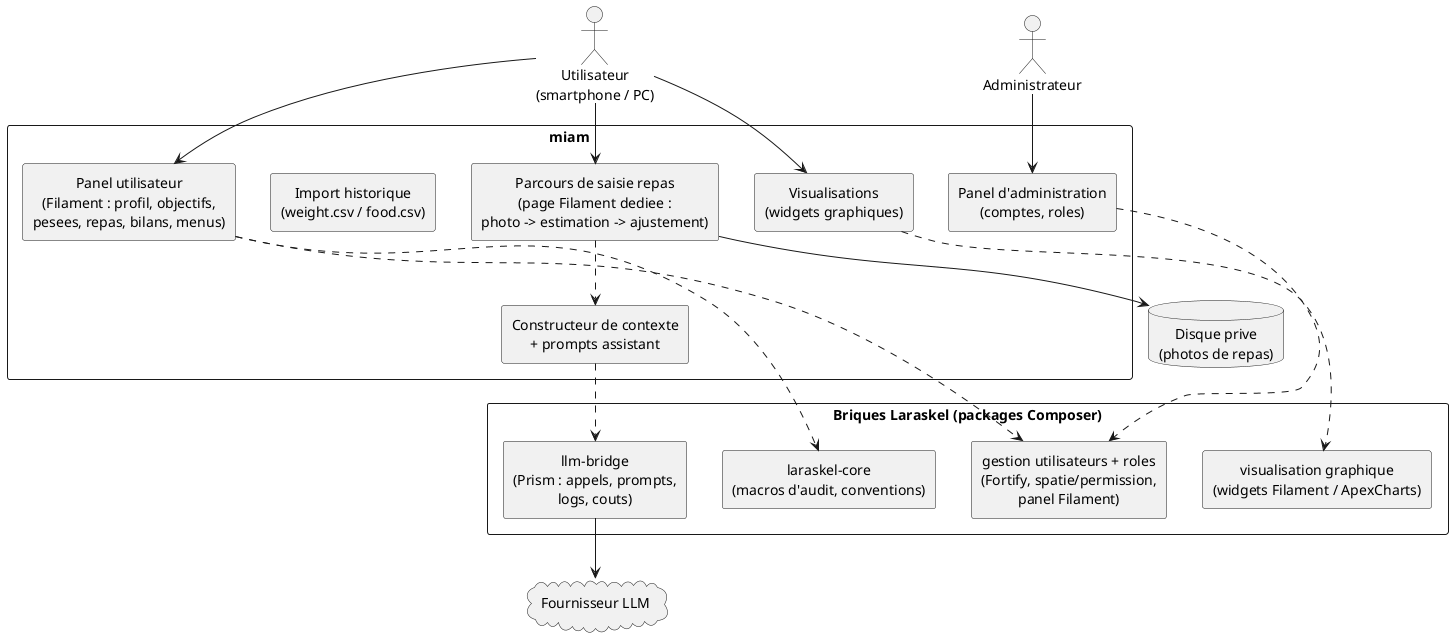
This is doc/design/diagrams/miam-composants.png from flub78/miam, a PlantUML export, as it was before one commit.
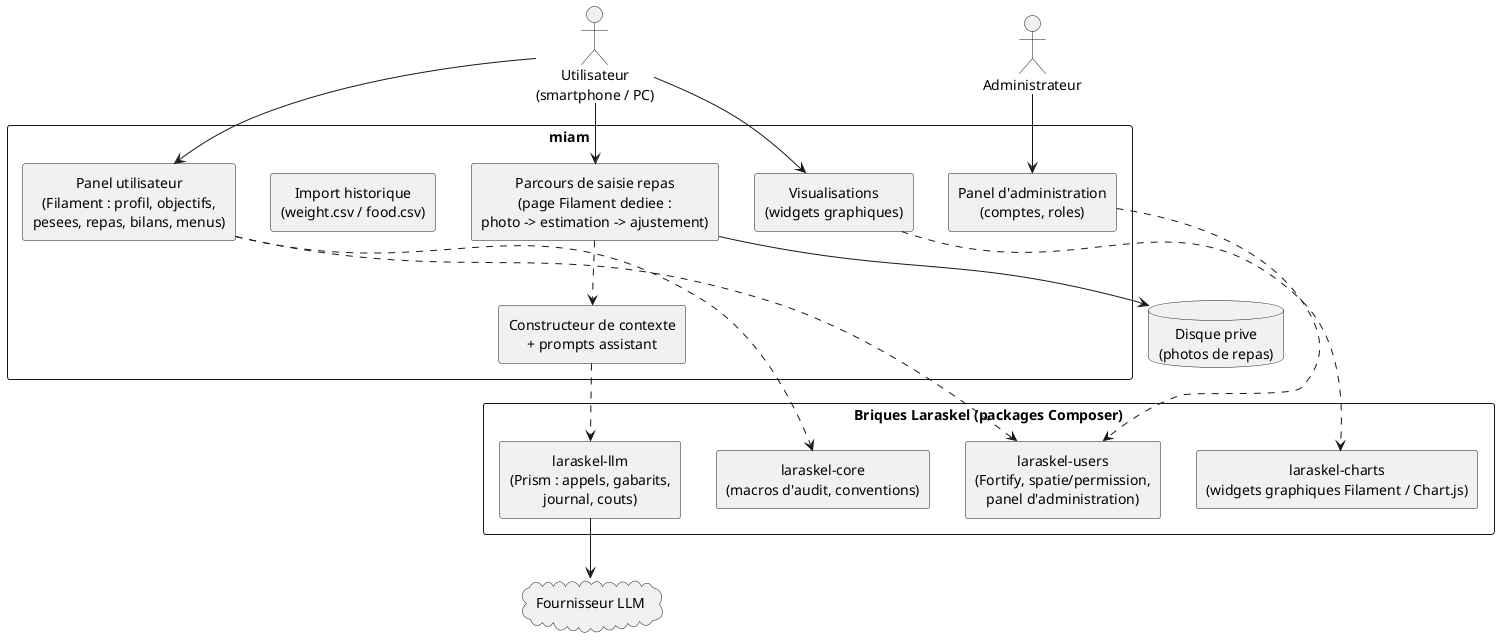
After the commit.

The edit, as a diff of the source:
```diff
@@ -19,9 +19,9 @@
 
 package "Briques Laraskel (packages Composer)" {
   component "laraskel-core\n(macros d'audit, conventions)" as core
-  component "gestion utilisateurs + roles\n(Fortify, spatie/permission,\npanel Filament)" as users
-  component "visualisation graphique\n(widgets Filament / ApexCharts)" as dataviz
-  component "llm-bridge\n(Prism : appels, prompts,\nlogs, couts)" as bridge
+  component "laraskel-users\n(Fortify, spatie/permission,\npanel d'administration)" as users
+  component "laraskel-charts\n(widgets graphiques Filament / Chart.js)" as dataviz
+  component "laraskel-llm\n(Prism : appels, gabarits,\njournal, couts)" as bridge
 }
 
 cloud "Fournisseur LLM" as llm
```
